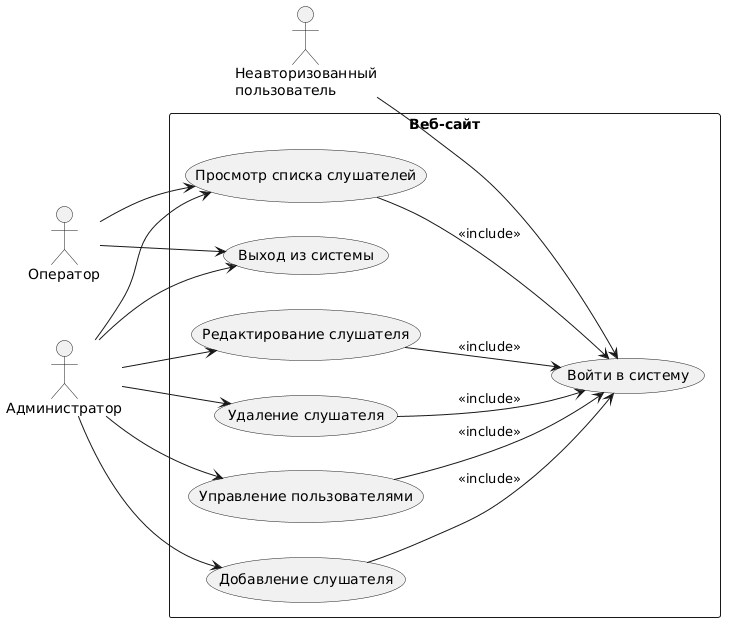
Before: latex/vkr-class-master/use_case_web.png, a diagram exported from PlantUML (e3uq3l/vkr).
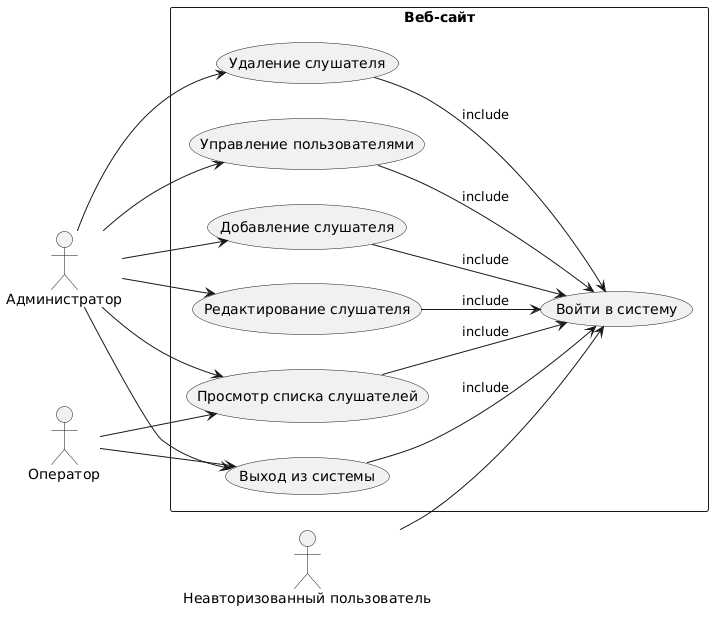
After the change.

Change to the diagram source:
```diff
@@ -1,37 +1,36 @@
 @startuml
 left to right direction
 
-actor "Неавторизованный\nпользователь" as Guest
-actor Оператор as Operator
-actor Администратор as Admin
+actor "Администратор" as Admin
+actor "Оператор" as Operator
+actor "Неавторизованный пользователь" as Guest
 
 rectangle "Веб-сайт" {
+  usecase "Просмотр списка слушателей" as UC1
+  usecase "Выход из системы" as UC2
+  usecase "Редактирование слушателя" as UC3
+  usecase "Удаление слушателя" as UC4
+  usecase "Управление пользователями" as UC5
+  usecase "Добавление слушателя" as UC6
   usecase "Войти в систему" as UC_Login
-  usecase "Просмотр списка слушателей" as UC_View
-  usecase "Добавление слушателя" as UC_Add
-  usecase "Редактирование слушателя" as UC_Edit
-  usecase "Удаление слушателя" as UC_Delete
-  usecase "Управление пользователями" as UC_Users
-  usecase "Выход из системы" as UC_Logout
 }
 
+UC1 --> UC_Login : include
+UC2 --> UC_Login : include
+UC3 --> UC_Login : include
+UC4 --> UC_Login : include
+UC5 --> UC_Login : include
+UC6 --> UC_Login : include
+
+Admin --> UC1
+Admin --> UC2
+Admin --> UC3
+Admin --> UC4
+Admin --> UC5
+Admin --> UC6
+
+Operator --> UC1
+Operator --> UC2
+
 Guest --> UC_Login
-
-
-Operator --> UC_View
-Operator --> UC_Logout
-
-
-Admin --> UC_View
-Admin --> UC_Add
-Admin --> UC_Edit
-Admin --> UC_Delete
-Admin --> UC_Users
-Admin --> UC_Logout
-
-UC_View   --> UC_Login : <<include>>
-UC_Add    --> UC_Login : <<include>>
-UC_Edit   --> UC_Login : <<include>>
-UC_Delete --> UC_Login : <<include>>
-UC_Users  --> UC_Login : <<include>>
 @enduml
```
